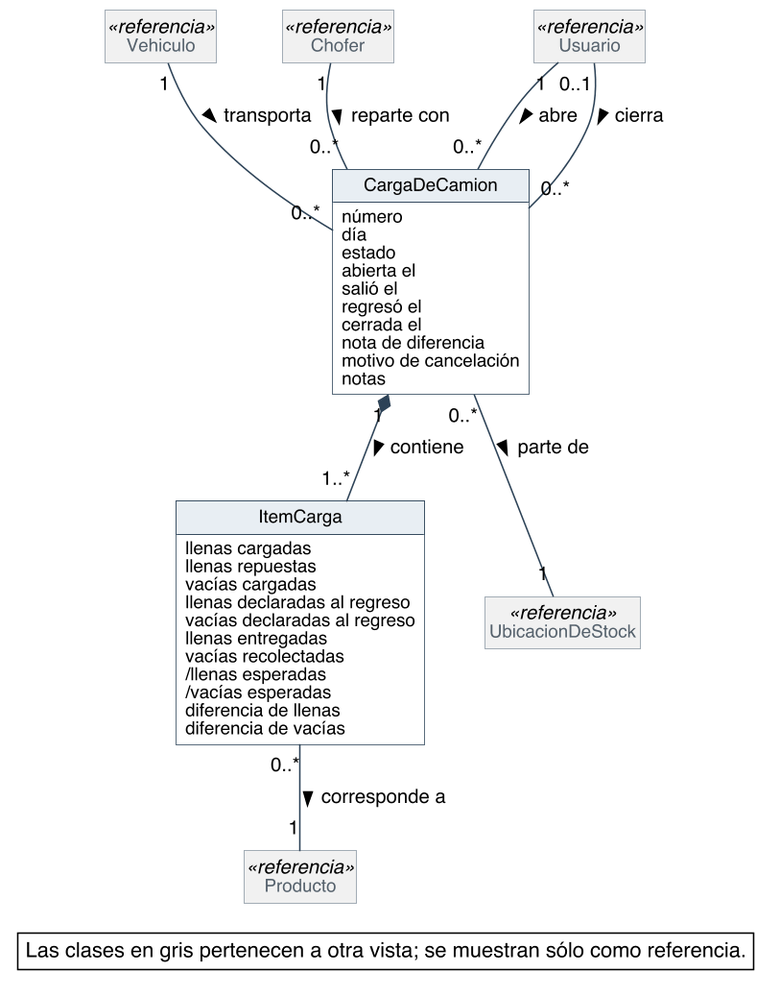
Earlier version of the PlantUML export diagramas/modelo-conceptual/MC_Carga-del-camion.png (Nahuelito-Dev/splg-docs).
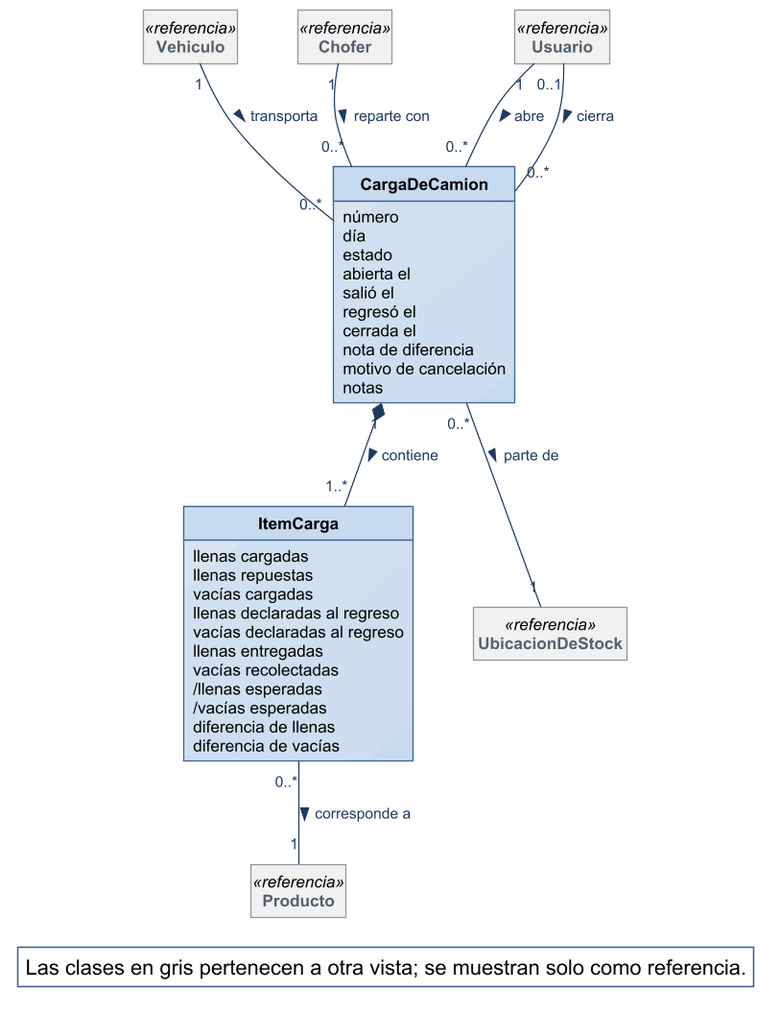
The same file after the commit.

Diff of the diagram source:
```diff
@@ -1,36 +1,13 @@
 @startuml
-skinparam backgroundColor #FFFFFF
-skinparam shadowing false
-skinparam defaultFontName Helvetica
-skinparam defaultFontSize 13
-skinparam dpi 150
+!include ../estilo-vp.iuml
 skinparam nodesep 40
 skinparam ranksep 55
-skinparam classAttributeIconSize 0
-skinparam roundCorner 0
-skinparam class {
-  BorderColor #2C4257
-  BackgroundColor #FFFFFF
-  ArrowColor #2C4257
-  FontSize 14
-  AttributeFontSize 12
-  HeaderBackgroundColor #E8EEF3
-}
 skinparam class<<referencia>> {
   BackgroundColor #F1F1F1
   BorderColor #8A97A3
   FontColor #55616C
 }
-skinparam note {
-  BackgroundColor #FFFFFF
-  BorderColor #2C4257
-}
 skinparam packageStyle rectangle
-skinparam package {
-  BorderColor #8A97A3
-  FontSize 13
-  FontColor #55616C
-}
 hide circle
 hide methods
 hide empty members
@@ -76,6 +53,6 @@
 Usuario "0..1" -- "0..*" CargaDeCamion : cierra >
 
 legend bottom right
-  Las clases en gris pertenecen a otra vista; se muestran sólo como referencia.
+  Las clases en gris pertenecen a otra vista; se muestran solo como referencia.
 endlegend
 @enduml
```
